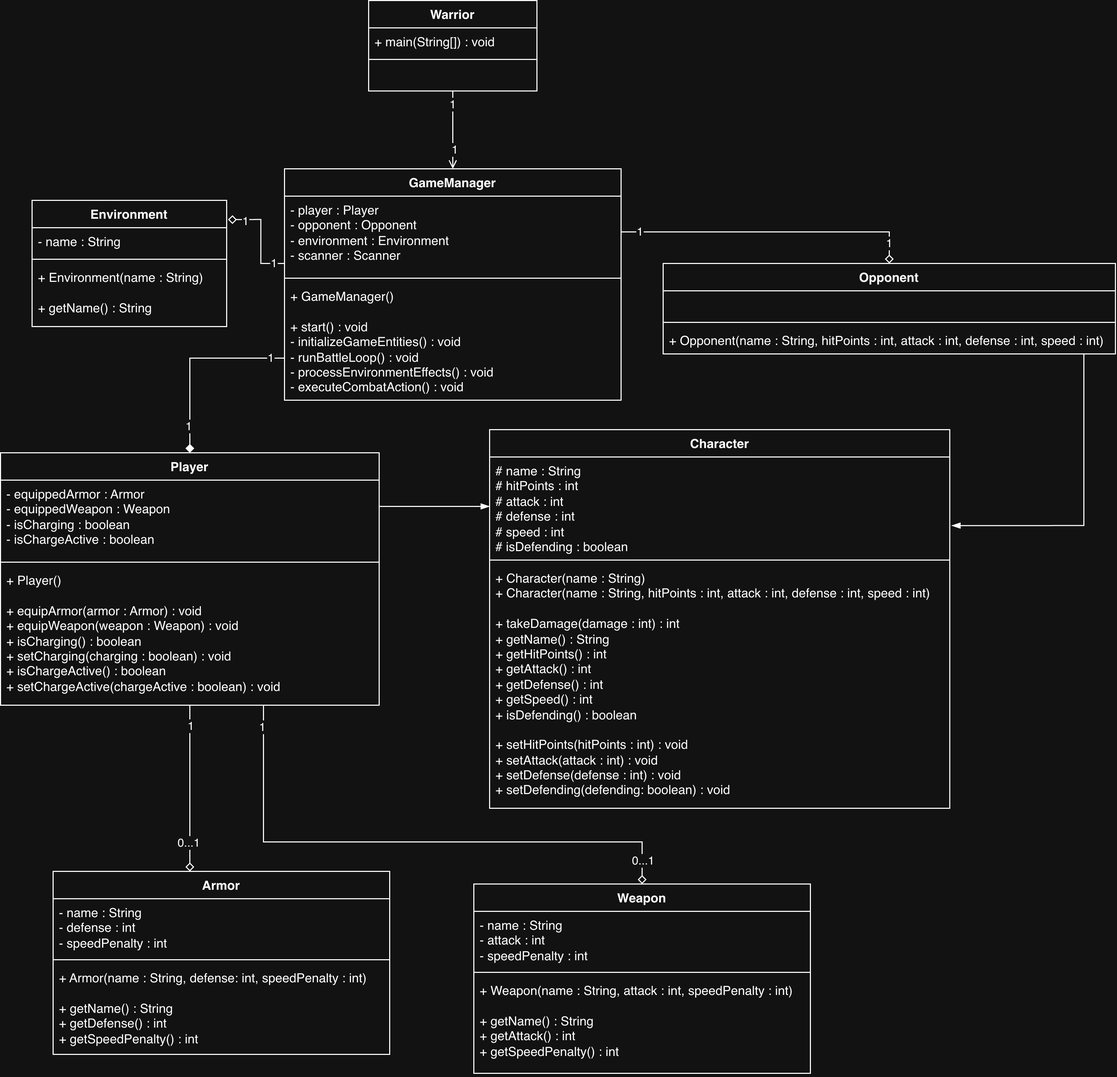
Before: CCPROG3 MCO1.drawio.png, a diagram exported from draw.io (rhynosaurus/CCPROG3-MP). Source tidied: cells renumbered, new cells last; positions are measured from the earlier drawing's top-left corner, leaving out a move shared by most shapes.
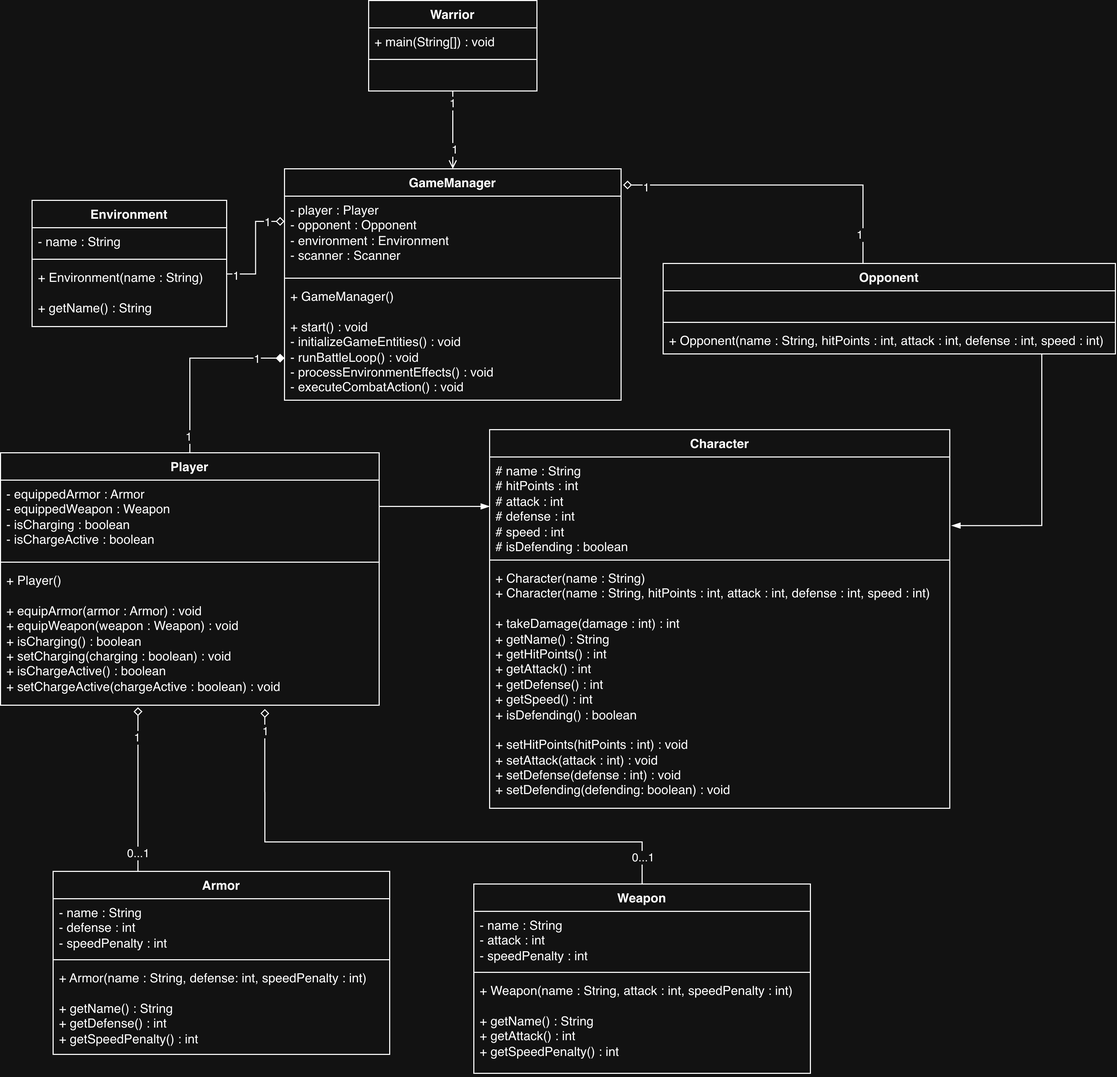
The same diagram one commit later.

Commit message:
UML Diagram

Diff of the diagram source:
```diff
@@ -23,32 +23,6 @@
     <mxCell id="8" value="&amp;nbsp;" style="text;strokeColor=none;fillColor=none;align=left;verticalAlign=top;spacingLeft=4;spacingRight=4;overflow=hidden;whiteSpace=wrap;html=1;" parent="5" vertex="1">
       <mxGeometry y="60" width="160" height="26" as="geometry" />
     </mxCell>
-    <mxCell id="9" style="edgeStyle=orthogonalEdgeStyle;rounded=0;jettySize=auto;html=1;entryX=0.5;entryY=0;entryDx=0;entryDy=0;endArrow=diamond;endFill=1;" parent="1" edge="1" source="15" target="30">
-      <mxGeometry relative="1" as="geometry">
-        <Array as="points">
-          <mxPoint x="180" y="340" />
-        </Array>
-      </mxGeometry>
-    </mxCell>
-    <mxCell id="10" value="1" style="edgeLabel;html=1;align=center;verticalAlign=middle;" parent="9" vertex="1">
-      <mxGeometry x="-0.84" y="-1" relative="1" as="geometry" />
-    </mxCell>
-    <mxCell id="11" value="1" style="edgeLabel;html=1;align=center;verticalAlign=middle;" parent="9" vertex="1">
-      <mxGeometry x="0.71" y="-2" relative="1" as="geometry" />
-    </mxCell>
-    <mxCell id="12" style="edgeStyle=orthogonalEdgeStyle;rounded=0;jettySize=auto;html=1;entryX=0.5;entryY=0;entryDx=0;entryDy=0;endArrow=diamond;endFill=0;" parent="1" edge="1" source="15" target="38">
-      <mxGeometry x="0.04" relative="1" as="geometry">
-        <Array as="points">
-          <mxPoint x="845" y="220" />
-        </Array>
-      </mxGeometry>
-    </mxCell>
-    <mxCell id="13" value="1" style="edgeLabel;html=1;align=center;verticalAlign=middle;" parent="12" vertex="1">
-      <mxGeometry x="-0.88" y="1" relative="1" as="geometry" />
-    </mxCell>
-    <mxCell id="14" value="1" style="edgeLabel;html=1;align=center;verticalAlign=middle;" parent="12" vertex="1">
-      <mxGeometry x="0.86" y="-1" relative="1" as="geometry" />
-    </mxCell>
     <mxCell id="15" value="GameManager" style="swimlane;fontStyle=1;align=center;verticalAlign=top;horizontal=1;startSize=26;whiteSpace=wrap;html=1;" parent="1" vertex="1">
       <mxGeometry x="270" y="160" width="320" height="220" as="geometry" />
     </mxCell>
@@ -73,34 +47,6 @@
     <mxCell id="22" value="&lt;div&gt;+ Environment(name : String)&lt;/div&gt;&lt;div&gt;&lt;br&gt;&lt;/div&gt;+ getName() : String" style="text;strokeColor=none;fillColor=none;align=left;verticalAlign=top;spacingLeft=4;spacingRight=4;overflow=hidden;whiteSpace=wrap;html=1;" parent="19" vertex="1">
       <mxGeometry y="60" width="185" height="60" as="geometry" />
     </mxCell>
-    <mxCell id="23" style="edgeStyle=orthogonalEdgeStyle;rounded=0;jettySize=auto;html=1;endArrow=diamond;endFill=0;" parent="1" edge="1" source="30" target="42">
-      <mxGeometry relative="1" as="geometry">
-        <Array as="points">
-          <mxPoint x="145" y="630" />
-          <mxPoint x="145" y="630" />
-        </Array>
-      </mxGeometry>
-    </mxCell>
-    <mxCell id="24" value="1" style="edgeLabel;html=1;align=center;verticalAlign=middle;" parent="23" vertex="1">
-      <mxGeometry x="-0.75" relative="1" as="geometry" />
-    </mxCell>
-    <mxCell id="25" value="0...1" style="edgeLabel;html=1;align=center;verticalAlign=middle;" parent="23" vertex="1">
-      <mxGeometry x="0.65" y="-2" relative="1" as="geometry" />
-    </mxCell>
-    <mxCell id="26" style="edgeStyle=orthogonalEdgeStyle;rounded=0;jettySize=auto;html=1;entryX=0.5;entryY=0;entryDx=0;entryDy=0;endArrow=diamond;endFill=0;" parent="1" edge="1" source="30" target="46">
-      <mxGeometry x="-0.26" relative="1" as="geometry">
-        <Array as="points">
-          <mxPoint x="250" y="800" />
-          <mxPoint x="610" y="800" />
-        </Array>
-      </mxGeometry>
-    </mxCell>
-    <mxCell id="27" value="1" style="edgeLabel;html=1;align=center;verticalAlign=middle;" parent="26" vertex="1">
-      <mxGeometry x="-0.92" y="-1" relative="1" as="geometry" />
-    </mxCell>
-    <mxCell id="28" value="0...1" style="edgeLabel;html=1;align=center;verticalAlign=middle;" parent="26" vertex="1">
-      <mxGeometry x="0.91" y="1" relative="1" as="geometry" />
-    </mxCell>
     <mxCell id="29" style="edgeStyle=orthogonalEdgeStyle;rounded=0;jettySize=auto;html=1;entryX=0;entryY=0.5;entryDx=0;entryDy=0;endArrow=blockThin;endFill=1;" parent="1" edge="1" source="30" target="35">
       <mxGeometry x="0.68" relative="1" as="geometry">
         <Array as="points">
@@ -169,26 +115,75 @@
     <mxCell id="49" value="&lt;div&gt;+ Weapon(name : String, attack : int, speedPenalty : int)&lt;/div&gt;&lt;div&gt;&lt;br&gt;&lt;/div&gt;+ getName() : String&lt;div&gt;+ getAttack() : int&lt;/div&gt;&lt;div&gt;+ getSpeedPenalty() : int&lt;/div&gt;" style="text;strokeColor=none;fillColor=none;align=left;verticalAlign=top;spacingLeft=4;spacingRight=4;overflow=hidden;whiteSpace=wrap;html=1;" parent="46" vertex="1">
       <mxGeometry y="88" width="320" height="92" as="geometry" />
     </mxCell>
-    <mxCell id="50" style="edgeStyle=orthogonalEdgeStyle;rounded=0;jettySize=auto;html=1;entryX=1.007;entryY=0.152;entryDx=0;entryDy=0;entryPerimeter=0;endArrow=diamond;endFill=0;" parent="1" edge="1" source="15" target="19">
-      <mxGeometry x="-0.02" relative="1" as="geometry">
-        <Array as="points">
-          <mxPoint x="247.5" y="250" />
-          <mxPoint x="247.5" y="208.2" />
-        </Array>
-      </mxGeometry>
-    </mxCell>
-    <mxCell id="51" value="1" style="edgeLabel;html=1;align=center;verticalAlign=middle;" parent="50" vertex="1">
-      <mxGeometry x="-0.76" y="-1" relative="1" as="geometry" />
-    </mxCell>
-    <mxCell id="52" value="1" style="edgeLabel;html=1;align=center;verticalAlign=middle;" parent="50" vertex="1">
-      <mxGeometry x="0.65" y="1" relative="1" as="geometry" />
-    </mxCell>
     <mxCell id="53" style="edgeStyle=orthogonalEdgeStyle;rounded=0;jettySize=auto;html=1;entryX=1.004;entryY=0.694;entryDx=0;entryDy=0;entryPerimeter=0;endArrow=blockThin;endFill=1;" parent="1" edge="1" source="38" target="35">
       <mxGeometry x="0.22" relative="1" as="geometry">
         <Array as="points">
-          <mxPoint x="1030" y="499.2" />
+          <mxPoint x="990" y="499.2" />
         </Array>
       </mxGeometry>
     </mxCell>
+    <mxCell id="54" style="edgeStyle=orthogonalEdgeStyle;rounded=0;jettySize=auto;html=1;entryX=0;entryY=0.643;entryDx=0;entryDy=0;entryPerimeter=0;endArrow=diamond;endFill=1;" parent="1" edge="1" source="30" target="18">
+      <mxGeometry relative="1" as="geometry" />
+    </mxCell>
+    <mxCell id="55" value="1" style="edgeLabel;html=1;align=center;verticalAlign=middle;" parent="54" vertex="1">
+      <mxGeometry x="-0.82" y="2" relative="1" as="geometry" />
+    </mxCell>
+    <mxCell id="56" value="1" style="edgeLabel;html=1;align=center;verticalAlign=middle;" parent="54" vertex="1">
+      <mxGeometry x="0.71" relative="1" as="geometry" />
+    </mxCell>
+    <mxCell id="57" style="edgeStyle=orthogonalEdgeStyle;rounded=0;jettySize=auto;html=1;entryX=1.006;entryY=0.07;entryDx=0;entryDy=0;entryPerimeter=0;endArrow=diamond;endFill=0;" parent="1" edge="1" source="38" target="15">
+      <mxGeometry relative="1" as="geometry">
+        <Array as="points">
+          <mxPoint x="820" y="175.4" />
+        </Array>
+      </mxGeometry>
+    </mxCell>
+    <mxCell id="58" value="1" style="edgeLabel;html=1;align=center;verticalAlign=middle;" parent="57" vertex="1">
+      <mxGeometry x="0.86" y="2" relative="1" as="geometry" />
+    </mxCell>
+    <mxCell id="59" value="1" style="edgeLabel;html=1;align=center;verticalAlign=middle;" parent="57" vertex="1">
+      <mxGeometry x="-0.82" y="4" relative="1" as="geometry" />
+    </mxCell>
+    <mxCell id="60" style="edgeStyle=orthogonalEdgeStyle;rounded=0;jettySize=auto;html=1;entryX=0;entryY=0.324;entryDx=0;entryDy=0;entryPerimeter=0;endArrow=diamond;endFill=0;" parent="1" edge="1" source="19" target="16">
+      <mxGeometry x="0.1" relative="1" as="geometry">
+        <Array as="points">
+          <mxPoint x="242.5" y="260" />
+          <mxPoint x="242.5" y="210" />
+        </Array>
+      </mxGeometry>
+    </mxCell>
+    <mxCell id="61" value="1" style="edgeLabel;html=1;align=center;verticalAlign=middle;" parent="60" vertex="1">
+      <mxGeometry x="-0.83" y="-1" relative="1" as="geometry" />
+    </mxCell>
+    <mxCell id="62" value="1" style="edgeLabel;html=1;align=center;verticalAlign=middle;" parent="60" vertex="1">
+      <mxGeometry x="0.68" y="-1" relative="1" as="geometry" />
+    </mxCell>
+    <mxCell id="63" style="edgeStyle=orthogonalEdgeStyle;rounded=0;jettySize=auto;html=1;entryX=0.363;entryY=1.014;entryDx=0;entryDy=0;entryPerimeter=0;endArrow=diamond;endFill=0;" parent="1" edge="1" source="42" target="33">
+      <mxGeometry relative="1" as="geometry">
+        <Array as="points">
+          <mxPoint x="130" y="749" />
+        </Array>
+      </mxGeometry>
+    </mxCell>
+    <mxCell id="64" value="1" style="edgeLabel;html=1;align=center;verticalAlign=middle;" parent="63" vertex="1">
+      <mxGeometry x="0.64" y="1" relative="1" as="geometry" />
+    </mxCell>
+    <mxCell id="65" value="0...1" style="edgeLabel;html=1;align=center;verticalAlign=middle;" parent="63" vertex="1">
+      <mxGeometry x="-0.78" relative="1" as="geometry" />
+    </mxCell>
+    <mxCell id="66" style="edgeStyle=orthogonalEdgeStyle;rounded=0;jettySize=auto;html=1;entryX=0.698;entryY=1.027;entryDx=0;entryDy=0;entryPerimeter=0;endArrow=diamond;endFill=0;" parent="1" edge="1" source="46" target="33">
+      <mxGeometry relative="1" as="geometry">
+        <Array as="points">
+          <mxPoint x="610" y="800" />
+          <mxPoint x="251.3" y="800" />
+        </Array>
+      </mxGeometry>
+    </mxCell>
+    <mxCell id="67" value="1" style="edgeLabel;html=1;align=center;verticalAlign=middle;" parent="66" vertex="1">
+      <mxGeometry x="0.92" relative="1" as="geometry" />
+    </mxCell>
+    <mxCell id="68" value="0...1" style="edgeLabel;html=1;align=center;verticalAlign=middle;" parent="66" vertex="1">
+      <mxGeometry x="-0.9" relative="1" as="geometry" />
+    </mxCell>
   </root>
 </mxGraphModel>
```
